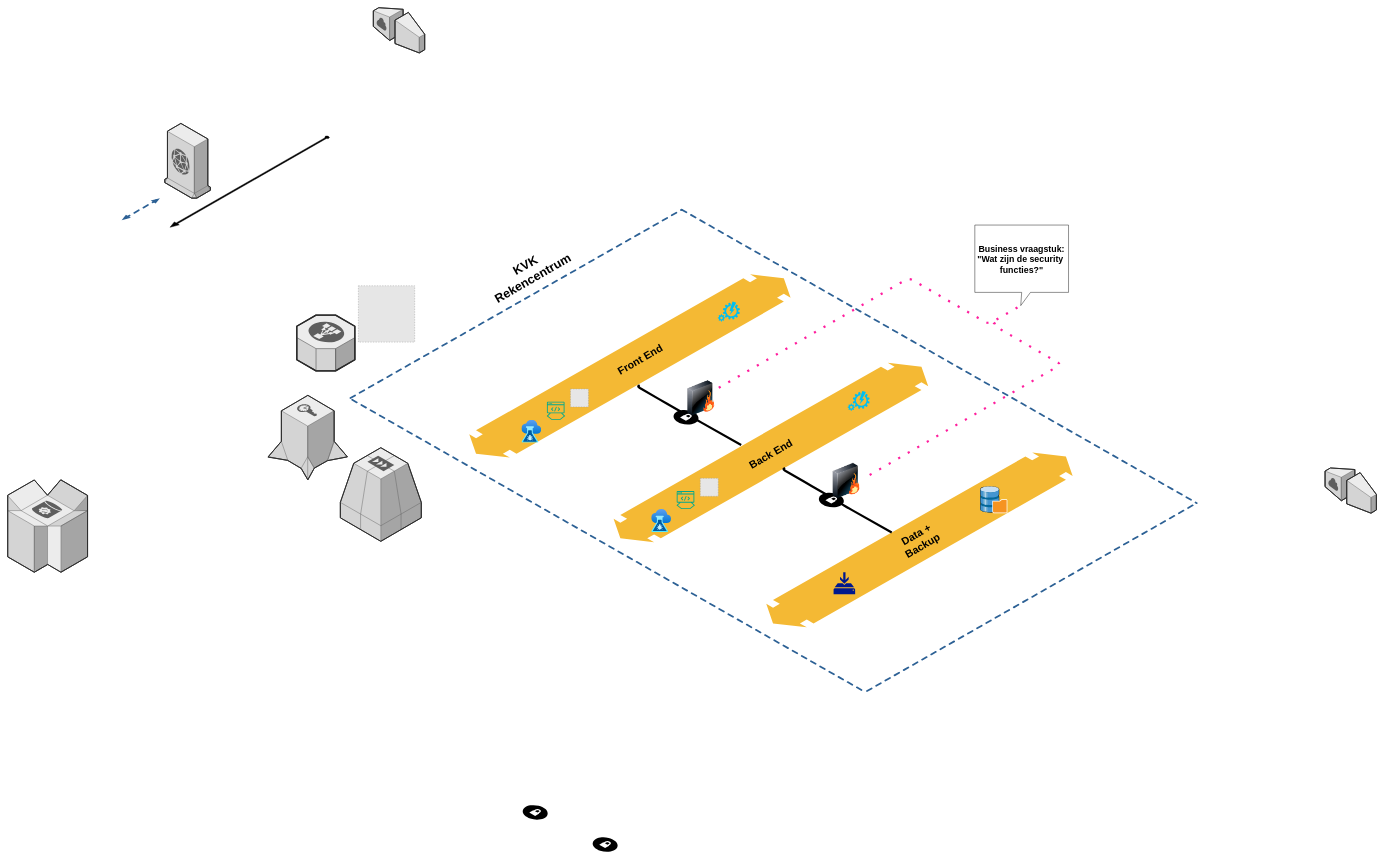
This is Diagram zonder titel.drawio from mhwwas/Terraform, a draw.io file, before an edit. Source tidied: cells renumbered, new cells numbered last; positions are measured from the earlier drawing's top-left corner, leaving out a move shared by most shapes. Both pictures are drawn from the tidied source at 44%, with x=0, y=0 at pixel (7, 7). Pictures stored in the file or linked from it are replaced by grey dashed boxes.
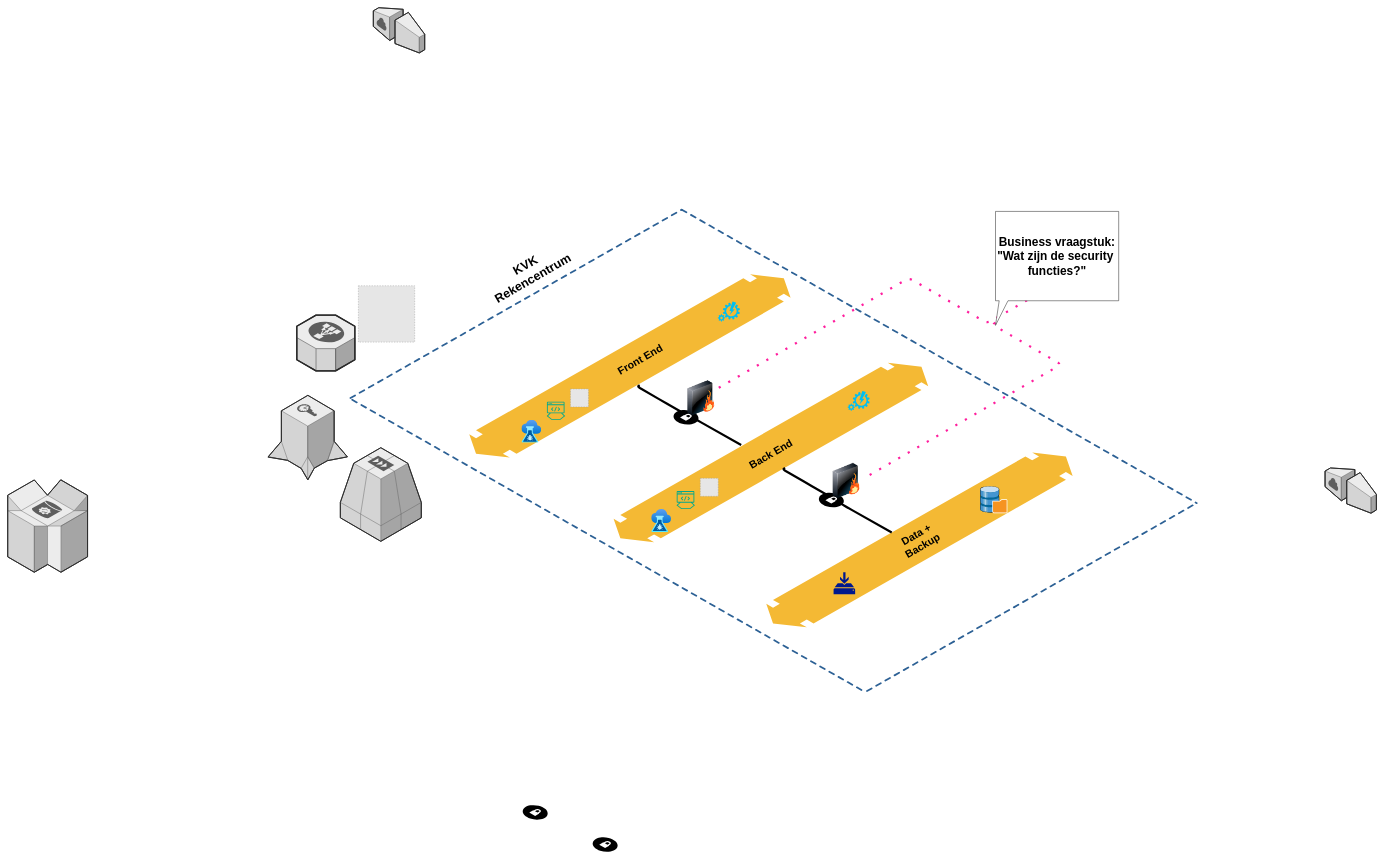
The same diagram, later.

Diff of the diagram source:
```diff
@@
-    <mxCell id="8" style="verticalLabelPosition=bottom;html=1;verticalAlign=top;strokeWidth=1;dashed=0;shape=mxgraph.aws3d.cloudfront;fillColor=#ECECEC;strokeColor=#5E5E5E;rounded=1;shadow=0;comic=0;fontSize=12;" parent="1" vertex="1">
-      <mxGeometry x="357" y="263" width="103.8" height="169.8" as="geometry" />
-    </mxCell>
@@
-    <mxCell id="11" style="verticalLabelPosition=bottom;html=1;verticalAlign=top;strokeWidth=1;dashed=0;shape=mxgraph.aws3d.dashedEdgeDouble;fillColor=#000000;rounded=1;shadow=0;comic=0;fontFamily=Verdana;fontSize=12;flipV=1;" parent="1" vertex="1">
-      <mxGeometry x="259" y="432.8" width="87" height="50" as="geometry" />
-    </mxCell>
-    <mxCell id="12" style="verticalLabelPosition=bottom;html=1;verticalAlign=top;strokeWidth=1;dashed=0;shape=mxgraph.aws3d.arrowSW;fillColor=#000000;rounded=1;shadow=0;comic=0;fontFamily=Verdana;fontSize=12;" parent="1" vertex="1">
-      <mxGeometry x="369" y="292" width="362" height="207" as="geometry" />
-    </mxCell>
@@
-    <mxCell id="45" value="&lt;font style=&quot;font-size: 20px;&quot;&gt;&lt;b&gt;Business vraagstuk:&lt;br&gt;&quot;Wat zijn de security&amp;nbsp; functies?&quot;&lt;/b&gt;&lt;br&gt;&lt;/font&gt;" style="shape=callout;whiteSpace=wrap;html=1;perimeter=calloutPerimeter;position2=0.49;" parent="1" vertex="1">
-      <mxGeometry x="2198" y="494" width="213" height="183" as="geometry" />
+    <mxCell id="45" value="&lt;font style=&quot;font-size: 27px;&quot;&gt;&lt;b style=&quot;font-size: 27px;&quot;&gt;Business vraagstuk:&lt;br style=&quot;font-size: 27px;&quot;&gt;&quot;Wat zijn de security&amp;nbsp; functies?&quot;&lt;/b&gt;&lt;br style=&quot;font-size: 27px;&quot;&gt;&lt;/font&gt;" style="shape=callout;whiteSpace=wrap;html=1;perimeter=calloutPerimeter;position2=0;fontSize=27;size=56;position=0.03;" parent="1" vertex="1">
+      <mxGeometry x="2245" y="463" width="280" height="259" as="geometry" />
     </mxCell>
```
